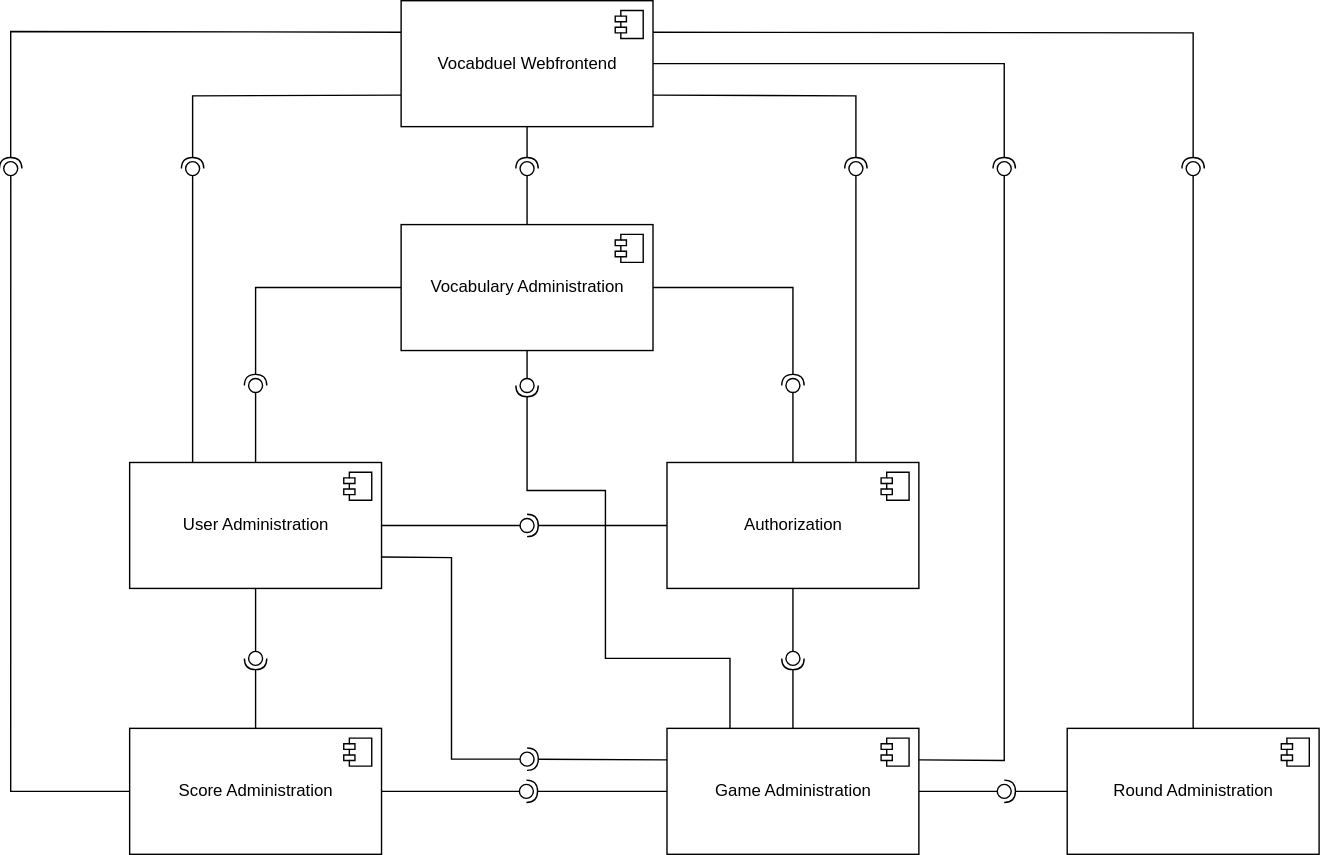
Earlier version of the draw.io export components_diagram.svg (lucaslar/htw-kba-gr7-vocabduel-monorepo). Source tidied: cells renumbered, new cells last; positions are measured from the earlier drawing's top-left corner, leaving out a move shared by most shapes.
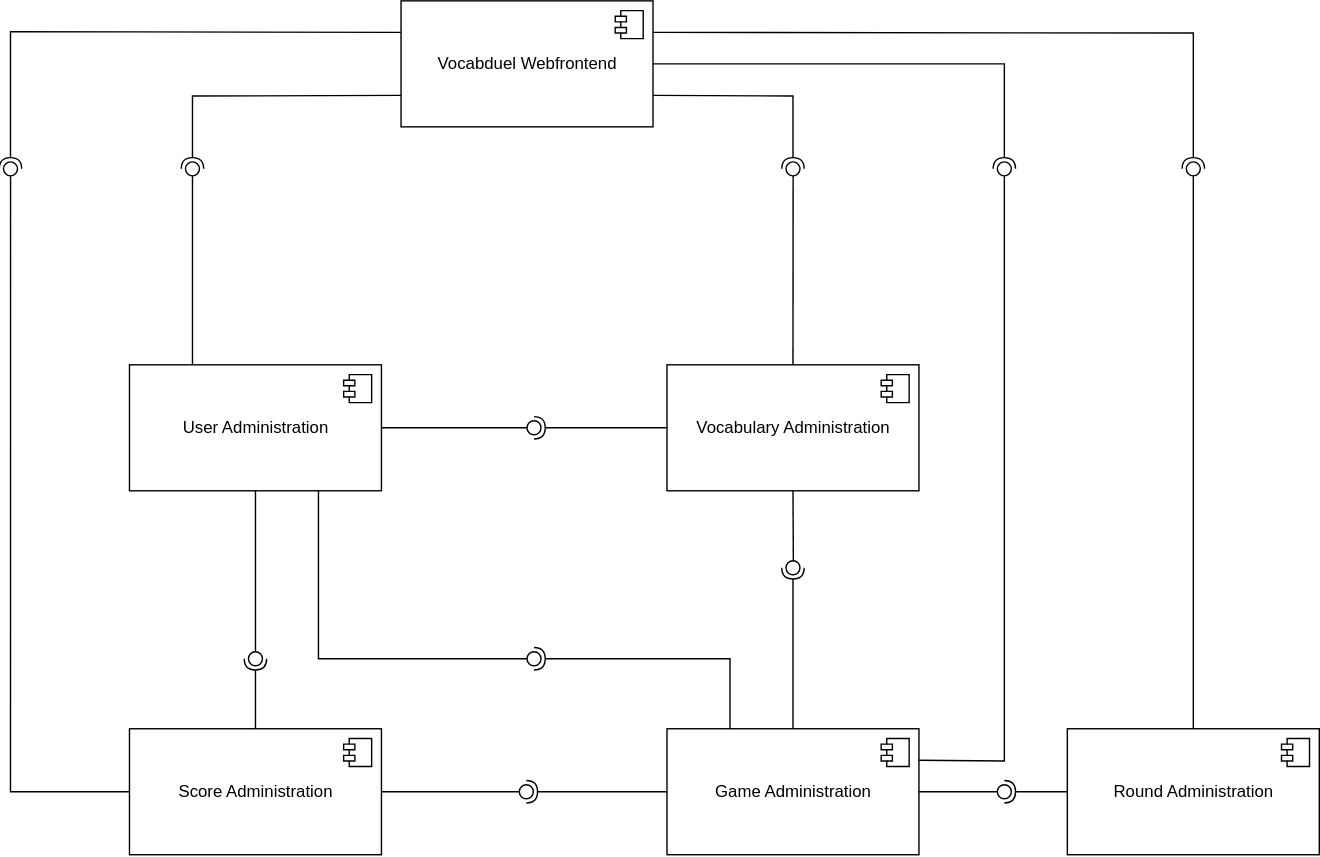
Later version of the same file.

Diff of the diagram source:
```diff
@@ -3,7 +3,7 @@
     <mxCell id="0" />
     <mxCell id="1" parent="0" />
     <mxCell id="2" value="User Administration" style="html=1;" parent="1" vertex="1">
-      <mxGeometry x="90" y="330" width="180" height="90" as="geometry" />
+      <mxGeometry x="90" y="260" width="180" height="90" as="geometry" />
     </mxCell>
     <mxCell id="3" style="shape=module;jettyWidth=8;jettyHeight=4;" parent="2" vertex="1">
       <mxGeometry x="1" width="20" height="20" relative="1" as="geometry">
@@ -11,21 +11,13 @@
       </mxGeometry>
     </mxCell>
     <mxCell id="4" value="Vocabulary Administration" style="html=1;" parent="1" vertex="1">
-      <mxGeometry x="284" y="160" width="180" height="90" as="geometry" />
+      <mxGeometry x="474" y="260" width="180" height="90" as="geometry" />
     </mxCell>
     <mxCell id="5" style="shape=module;jettyWidth=8;jettyHeight=4;" parent="4" vertex="1">
       <mxGeometry x="1" width="20" height="20" relative="1" as="geometry">
         <mxPoint x="-27" y="7" as="offset" />
       </mxGeometry>
     </mxCell>
-    <mxCell id="6" value="Authorization" style="html=1;" parent="1" vertex="1">
-      <mxGeometry x="474" y="330" width="180" height="90" as="geometry" />
-    </mxCell>
-    <mxCell id="7" style="shape=module;jettyWidth=8;jettyHeight=4;" parent="6" vertex="1">
-      <mxGeometry x="1" width="20" height="20" relative="1" as="geometry">
-        <mxPoint x="-27" y="7" as="offset" />
-      </mxGeometry>
-    </mxCell>
     <mxCell id="8" value="Game Administration" style="html=1;" parent="1" vertex="1">
       <mxGeometry x="474" y="520" width="180" height="90" as="geometry" />
     </mxCell>
@@ -80,34 +72,6 @@
     <mxCell id="19" style="ellipse;whiteSpace=wrap;html=1;fontFamily=Helvetica;fontSize=12;fontColor=#000000;align=center;strokeColor=#000000;fillColor=#ffffff;points=[];" parent="1" vertex="1">
       <mxGeometry x="710" y="115" width="10" height="10" as="geometry" />
     </mxCell>
-    <mxCell id="20" style="rounded=0;jettySize=auto;html=1;endArrow=none;endFill=0;" parent="1" edge="1" source="4" target="22">
-      <mxGeometry relative="1" as="geometry" />
-    </mxCell>
-    <mxCell id="21" style="rounded=0;jettySize=auto;html=1;endArrow=halfCircle;endFill=0;endSize=6;strokeWidth=1;" parent="1" edge="1" source="10">
-      <mxGeometry relative="1" as="geometry">
-        <mxPoint x="374" y="120" as="targetPoint" />
-      </mxGeometry>
-    </mxCell>
-    <mxCell id="22" style="ellipse;whiteSpace=wrap;html=1;fontFamily=Helvetica;fontSize=12;fontColor=#000000;align=center;strokeColor=#000000;fillColor=#ffffff;points=[];" parent="1" vertex="1">
-      <mxGeometry x="369" y="115" width="10" height="10" as="geometry" />
-    </mxCell>
-    <mxCell id="23" style="rounded=0;jettySize=auto;html=1;endArrow=none;endFill=0;exitX=0.75;exitY=0;exitDx=0;exitDy=0;" parent="1" edge="1" source="6" target="25">
-      <mxGeometry relative="1" as="geometry">
-        <Array as="points">
-          <mxPoint x="609" y="160" />
-        </Array>
-      </mxGeometry>
-    </mxCell>
-    <mxCell id="24" style="rounded=0;jettySize=auto;html=1;endArrow=halfCircle;endFill=0;entryX=0.5;entryY=0.5;entryDx=0;entryDy=0;endSize=6;strokeWidth=1;exitX=1;exitY=0.75;exitDx=0;exitDy=0;" parent="1" edge="1" source="10" target="25">
-      <mxGeometry relative="1" as="geometry">
-        <Array as="points">
-          <mxPoint x="609" y="68" />
-        </Array>
-      </mxGeometry>
-    </mxCell>
-    <mxCell id="25" style="ellipse;whiteSpace=wrap;html=1;fontFamily=Helvetica;fontSize=12;fontColor=#000000;align=center;strokeColor=#000000;fillColor=#ffffff;points=[];" parent="1" vertex="1">
-      <mxGeometry x="604" y="115" width="10" height="10" as="geometry" />
-    </mxCell>
     <mxCell id="26" style="rounded=0;jettySize=auto;html=1;endArrow=none;endFill=0;entryX=0.505;entryY=0.995;entryDx=0;entryDy=0;entryPerimeter=0;exitX=0;exitY=0.5;exitDx=0;exitDy=0;" parent="1" edge="1" source="12" target="28">
       <mxGeometry relative="1" as="geometry">
         <Array as="points">
@@ -125,23 +89,14 @@
     <mxCell id="28" style="ellipse;whiteSpace=wrap;html=1;fontFamily=Helvetica;fontSize=12;fontColor=#000000;align=center;strokeColor=#000000;fillColor=#ffffff;points=[];" parent="1" vertex="1">
       <mxGeometry y="115" width="10" height="10" as="geometry" />
     </mxCell>
-    <mxCell id="29" style="rounded=0;jettySize=auto;html=1;endArrow=none;endFill=0;" parent="1" edge="1" target="31">
-      <mxGeometry relative="1" as="geometry">
-        <mxPoint x="374" y="250" as="sourcePoint" />
-      </mxGeometry>
+    <mxCell id="29" style="rounded=0;jettySize=auto;html=1;endArrow=none;endFill=0;exitX=0.5;exitY=1;exitDx=0;exitDy=0;" parent="1" edge="1" source="4" target="31">
+      <mxGeometry relative="1" as="geometry" />
     </mxCell>
-    <mxCell id="30" style="rounded=0;jettySize=auto;html=1;endArrow=halfCircle;endFill=0;entryX=0.5;entryY=0.5;entryDx=0;entryDy=0;endSize=6;strokeWidth=1;exitX=0.25;exitY=0;exitDx=0;exitDy=0;" parent="1" edge="1" source="8" target="31">
-      <mxGeometry relative="1" as="geometry">
-        <Array as="points">
-          <mxPoint x="519" y="470" />
-          <mxPoint x="430" y="470" />
-          <mxPoint x="430" y="350" />
-          <mxPoint x="374" y="350" />
-        </Array>
-      </mxGeometry>
+    <mxCell id="30" style="rounded=0;jettySize=auto;html=1;endArrow=halfCircle;endFill=0;entryX=0.5;entryY=0.5;entryDx=0;entryDy=0;endSize=6;strokeWidth=1;" parent="1" edge="1" source="8" target="31">
+      <mxGeometry relative="1" as="geometry" />
     </mxCell>
     <mxCell id="31" style="ellipse;whiteSpace=wrap;html=1;fontFamily=Helvetica;fontSize=12;fontColor=#000000;align=center;strokeColor=#000000;fillColor=#ffffff;points=[];" parent="1" vertex="1">
-      <mxGeometry x="369" y="270" width="10" height="10" as="geometry" />
+      <mxGeometry x="559" y="400" width="10" height="10" as="geometry" />
     </mxCell>
     <mxCell id="32" style="rounded=0;jettySize=auto;html=1;endArrow=none;endFill=0;" parent="1" edge="1" source="2" target="34">
       <mxGeometry relative="1" as="geometry" />
@@ -163,64 +118,34 @@
     <mxCell id="37" style="ellipse;whiteSpace=wrap;html=1;fontFamily=Helvetica;fontSize=12;fontColor=#000000;align=center;strokeColor=#000000;fillColor=#ffffff;points=[];" parent="1" vertex="1">
       <mxGeometry x="368.5" y="560" width="10" height="10" as="geometry" />
     </mxCell>
-    <mxCell id="38" style="rounded=0;jettySize=auto;html=1;endArrow=none;endFill=0;exitX=1;exitY=0.75;exitDx=0;exitDy=0;entryX=-0.001;entryY=0.502;entryDx=0;entryDy=0;entryPerimeter=0;" parent="1" edge="1" source="2" target="40">
+    <mxCell id="38" style="rounded=0;jettySize=auto;html=1;endArrow=none;endFill=0;exitX=0.75;exitY=1;exitDx=0;exitDy=0;entryX=-0.001;entryY=0.502;entryDx=0;entryDy=0;entryPerimeter=0;" parent="1" edge="1" source="2" target="40">
       <mxGeometry relative="1" as="geometry">
         <Array as="points">
-          <mxPoint x="320" y="398" />
-          <mxPoint x="320" y="542" />
+          <mxPoint x="225" y="470" />
         </Array>
       </mxGeometry>
     </mxCell>
-    <mxCell id="39" style="rounded=0;jettySize=auto;html=1;endArrow=halfCircle;endFill=0;entryX=0.5;entryY=0.5;entryDx=0;entryDy=0;endSize=6;strokeWidth=1;exitX=0;exitY=0.25;exitDx=0;exitDy=0;" parent="1" edge="1" source="8" target="40">
-      <mxGeometry relative="1" as="geometry" />
+    <mxCell id="39" style="rounded=0;jettySize=auto;html=1;endArrow=halfCircle;endFill=0;entryX=0.5;entryY=0.5;entryDx=0;entryDy=0;endSize=6;strokeWidth=1;exitX=0.25;exitY=0;exitDx=0;exitDy=0;" parent="1" edge="1" source="8" target="40">
+      <mxGeometry relative="1" as="geometry">
+        <Array as="points">
+          <mxPoint x="519" y="470" />
+        </Array>
+      </mxGeometry>
     </mxCell>
     <mxCell id="40" style="ellipse;whiteSpace=wrap;html=1;fontFamily=Helvetica;fontSize=12;fontColor=#000000;align=center;strokeColor=#000000;fillColor=#ffffff;points=[];" parent="1" vertex="1">
-      <mxGeometry x="369" y="537" width="10" height="10" as="geometry" />
+      <mxGeometry x="374" y="465" width="10" height="10" as="geometry" />
     </mxCell>
-    <mxCell id="41" style="rounded=0;jettySize=auto;html=1;endArrow=none;endFill=0;" parent="1" edge="1" source="2" target="43">
-      <mxGeometry relative="1" as="geometry" />
+    <mxCell id="41" style="rounded=0;jettySize=auto;html=1;endArrow=none;endFill=0;" parent="1" edge="1" target="43">
+      <mxGeometry relative="1" as="geometry">
+        <mxPoint x="270" y="305" as="sourcePoint" />
+      </mxGeometry>
     </mxCell>
-    <mxCell id="42" style="rounded=0;jettySize=auto;html=1;endArrow=halfCircle;endFill=0;entryX=0.5;entryY=0.5;entryDx=0;entryDy=0;endSize=6;strokeWidth=1;" parent="1" edge="1" source="4" target="43">
-      <mxGeometry relative="1" as="geometry">
-        <Array as="points">
-          <mxPoint x="180" y="205" />
-        </Array>
-      </mxGeometry>
+    <mxCell id="42" style="rounded=0;jettySize=auto;html=1;endArrow=halfCircle;endFill=0;entryX=0.5;entryY=0.5;entryDx=0;entryDy=0;endSize=6;strokeWidth=1;exitX=0;exitY=0.5;exitDx=0;exitDy=0;" parent="1" edge="1" source="4" target="43">
+      <mxGeometry relative="1" as="geometry" />
     </mxCell>
     <mxCell id="43" style="ellipse;whiteSpace=wrap;html=1;fontFamily=Helvetica;fontSize=12;fontColor=#000000;align=center;strokeColor=#000000;fillColor=#ffffff;points=[];" parent="1" vertex="1">
-      <mxGeometry x="175" y="270" width="10" height="10" as="geometry" />
+      <mxGeometry x="374" y="300" width="10" height="10" as="geometry" />
     </mxCell>
-    <mxCell id="44" style="rounded=0;jettySize=auto;html=1;endArrow=none;endFill=0;" parent="1" edge="1" source="2" target="46">
-      <mxGeometry relative="1" as="geometry" />
-    </mxCell>
-    <mxCell id="45" style="rounded=0;jettySize=auto;html=1;endArrow=halfCircle;endFill=0;entryX=0.5;entryY=0.5;entryDx=0;entryDy=0;endSize=6;strokeWidth=1;exitX=0;exitY=0.5;exitDx=0;exitDy=0;" parent="1" edge="1" source="6" target="46">
-      <mxGeometry relative="1" as="geometry" />
-    </mxCell>
-    <mxCell id="46" style="ellipse;whiteSpace=wrap;html=1;fontFamily=Helvetica;fontSize=12;fontColor=#000000;align=center;strokeColor=#000000;fillColor=#ffffff;points=[];" parent="1" vertex="1">
-      <mxGeometry x="369" y="370" width="10" height="10" as="geometry" />
-    </mxCell>
-    <mxCell id="47" style="rounded=0;jettySize=auto;html=1;endArrow=none;endFill=0;" parent="1" edge="1" source="6" target="49">
-      <mxGeometry relative="1" as="geometry" />
-    </mxCell>
-    <mxCell id="48" style="rounded=0;jettySize=auto;html=1;endArrow=halfCircle;endFill=0;entryX=0.5;entryY=0.5;entryDx=0;entryDy=0;endSize=6;strokeWidth=1;exitX=1;exitY=0.5;exitDx=0;exitDy=0;" parent="1" edge="1" source="4" target="49">
-      <mxGeometry relative="1" as="geometry">
-        <Array as="points">
-          <mxPoint x="564" y="205" />
-        </Array>
-      </mxGeometry>
-    </mxCell>
-    <mxCell id="49" style="ellipse;whiteSpace=wrap;html=1;fontFamily=Helvetica;fontSize=12;fontColor=#000000;align=center;strokeColor=#000000;fillColor=#ffffff;points=[];" parent="1" vertex="1">
-      <mxGeometry x="559" y="270" width="10" height="10" as="geometry" />
-    </mxCell>
-    <mxCell id="50" style="rounded=0;jettySize=auto;html=1;endArrow=none;endFill=0;" parent="1" edge="1" source="6" target="52">
-      <mxGeometry relative="1" as="geometry" />
-    </mxCell>
-    <mxCell id="51" style="rounded=0;jettySize=auto;html=1;endArrow=halfCircle;endFill=0;entryX=0.5;entryY=0.5;entryDx=0;entryDy=0;endSize=6;strokeWidth=1;exitX=0.5;exitY=0;exitDx=0;exitDy=0;" parent="1" edge="1" source="8" target="52">
-      <mxGeometry relative="1" as="geometry" />
-    </mxCell>
-    <mxCell id="52" style="ellipse;whiteSpace=wrap;html=1;fontFamily=Helvetica;fontSize=12;fontColor=#000000;align=center;strokeColor=#000000;fillColor=#ffffff;points=[];" parent="1" vertex="1">
-      <mxGeometry x="559" y="465" width="10" height="10" as="geometry" />
-    </mxCell>
     <mxCell id="53" value="Round Administration" style="html=1;" parent="1" vertex="1">
       <mxGeometry x="760" y="520" width="180" height="90" as="geometry" />
     </mxCell>
@@ -251,5 +176,18 @@
     <mxCell id="60" style="ellipse;whiteSpace=wrap;html=1;fontFamily=Helvetica;fontSize=12;fontColor=#000000;align=center;strokeColor=#000000;fillColor=#ffffff;points=[];" parent="1" vertex="1">
       <mxGeometry x="710" y="560" width="10" height="10" as="geometry" />
     </mxCell>
+    <mxCell id="61" style="rounded=0;jettySize=auto;html=1;endArrow=none;endFill=0;exitX=0.5;exitY=0;exitDx=0;exitDy=0;" parent="1" edge="1" source="4" target="63">
+      <mxGeometry relative="1" as="geometry" />
+    </mxCell>
+    <mxCell id="62" style="rounded=0;jettySize=auto;html=1;endArrow=halfCircle;endFill=0;entryX=0.5;entryY=0.5;entryDx=0;entryDy=0;endSize=6;strokeWidth=1;exitX=1;exitY=0.75;exitDx=0;exitDy=0;" parent="1" edge="1" source="10" target="63">
+      <mxGeometry relative="1" as="geometry">
+        <Array as="points">
+          <mxPoint x="564" y="68" />
+        </Array>
+      </mxGeometry>
+    </mxCell>
+    <mxCell id="63" style="ellipse;whiteSpace=wrap;html=1;fontFamily=Helvetica;fontSize=12;fontColor=#000000;align=center;strokeColor=#000000;fillColor=#ffffff;points=[];" parent="1" vertex="1">
+      <mxGeometry x="559" y="115" width="10" height="10" as="geometry" />
+    </mxCell>
   </root>
 </mxGraphModel>
```
